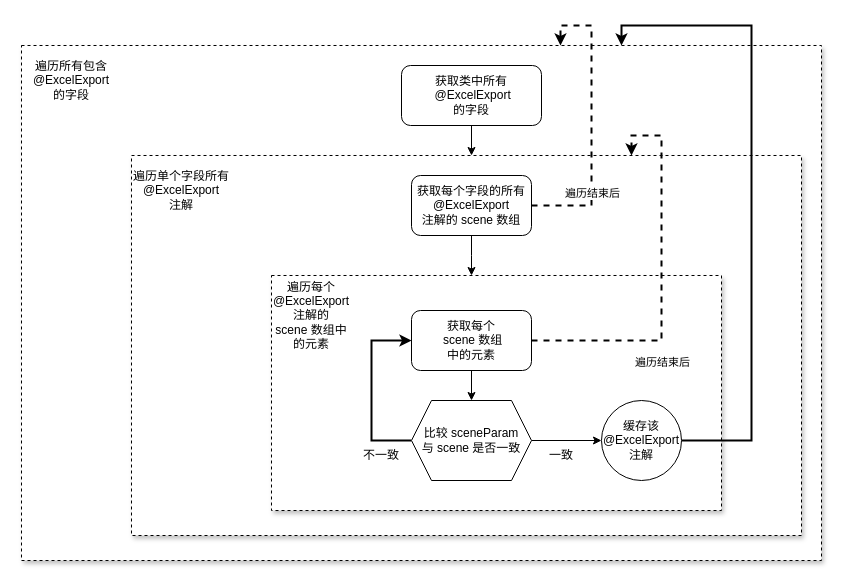
The draw.io diagram page "scene过滤结构图" (1 of 4) of 导出Excel结构图.drawio in api-jackson/SimpleExcel, before the edit. Source tidied: cells renumbered, new cells numbered last; positions are measured from the earlier drawing's top-left corner, leaving out a move shared by most shapes. Both pictures are drawn from the tidied source at 100%, with x=0, y=0 at pixel (21, 25).
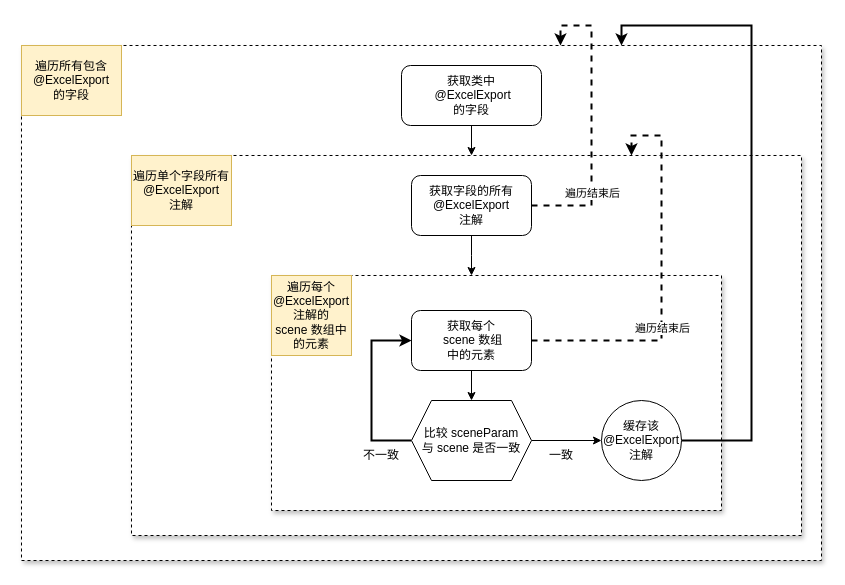
The same diagram, later.

The change refers to these unchanged cells:
```xml
<mxCell id="15" style="edgeStyle=orthogonalEdgeStyle;rounded=0;jettySize=auto;html=1;strokeWidth=2;exitX=1;exitY=0.5;exitDx=0;exitDy=0;dashed=1;" parent="1" edge="1" source="12">
  <mxGeometry relative="1" as="geometry">
    <mxPoint x="610" y="130" as="targetPoint" />
    <Array as="points">
      <mxPoint x="640" y="315" />
      <mxPoint x="640" y="110" />
      <mxPoint x="610" y="110" />
    </Array>
  </mxGeometry>
</mxCell>
```

Change to the diagram source:
```diff
@@
-    <mxCell id="6" value="获取类中所有&lt;br&gt;&amp;nbsp;@ExcelExport &lt;br&gt;的字段" style="rounded=1;whiteSpace=wrap;html=1;" parent="1" vertex="1">
+    <mxCell id="6" value="获取类中&lt;br&gt;&amp;nbsp;@ExcelExport &lt;br&gt;的字段" style="rounded=1;whiteSpace=wrap;html=1;" parent="1" vertex="1">
       <mxGeometry x="380" y="40" width="140" height="60" as="geometry" />
     </mxCell>
@@
-    <mxCell id="10" value="获取每个字段的所有&lt;br&gt;@ExcelExport&lt;br&gt;注解的 scene 数组" style="rounded=1;whiteSpace=wrap;html=1;" parent="1" vertex="1">
+    <mxCell id="10" value="获取字段的所有&lt;br&gt;@ExcelExport&lt;br&gt;注解" style="rounded=1;whiteSpace=wrap;html=1;" parent="1" vertex="1">
       <mxGeometry x="390" y="150" width="120" height="60" as="geometry" />
     </mxCell>
@@
     <mxCell id="16" value="遍历结束后" style="edgeLabel;html=1;align=center;verticalAlign=middle;" parent="15" vertex="1">
       <mxGeometry x="-0.12" y="-2" relative="1" as="geometry">
-        <mxPoint x="-2" y="60" as="offset" />
+        <mxPoint x="-2" y="26" as="offset" />
       </mxGeometry>
     </mxCell>
@@
-    <mxCell id="20" value="遍历单个字段所有@ExcelExport&lt;br&gt;注解" style="text;html=1;strokeColor=none;fillColor=none;align=center;verticalAlign=middle;whiteSpace=wrap;rounded=0;horizontal=1;" parent="1" vertex="1">
+    <mxCell id="20" value="遍历单个字段所有@ExcelExport&lt;br&gt;注解" style="text;html=1;strokeColor=#d6b656;fillColor=#fff2cc;align=center;verticalAlign=middle;whiteSpace=wrap;rounded=0;horizontal=1;" parent="1" vertex="1">
       <mxGeometry x="110" y="130" width="100" height="70" as="geometry" />
     </mxCell>
-    <mxCell id="21" value="遍历每个@ExcelExport&lt;br&gt;注解的&lt;br&gt;scene 数组中的元素" style="text;html=1;strokeColor=none;fillColor=none;align=center;verticalAlign=middle;whiteSpace=wrap;rounded=0;horizontal=1;" parent="1" vertex="1">
+    <mxCell id="21" value="遍历每个@ExcelExport&lt;br&gt;注解的&lt;br&gt;scene 数组中的元素" style="text;html=1;strokeColor=#d6b656;fillColor=#fff2cc;align=center;verticalAlign=middle;whiteSpace=wrap;rounded=0;horizontal=1;" parent="1" vertex="1">
       <mxGeometry x="250" y="250" width="80" height="80" as="geometry" />
     </mxCell>
@@
-    <mxCell id="24" value="遍历所有包含@ExcelExport&lt;br&gt;的字段" style="text;html=1;strokeColor=none;fillColor=none;align=center;verticalAlign=middle;whiteSpace=wrap;rounded=0;horizontal=1;" parent="1" vertex="1">
+    <mxCell id="24" value="遍历所有包含@ExcelExport&lt;br&gt;的字段" style="text;html=1;strokeColor=#d6b656;fillColor=#fff2cc;align=center;verticalAlign=middle;whiteSpace=wrap;rounded=0;horizontal=1;" parent="1" vertex="1">
       <mxGeometry y="20" width="100" height="70" as="geometry" />
     </mxCell>
```
